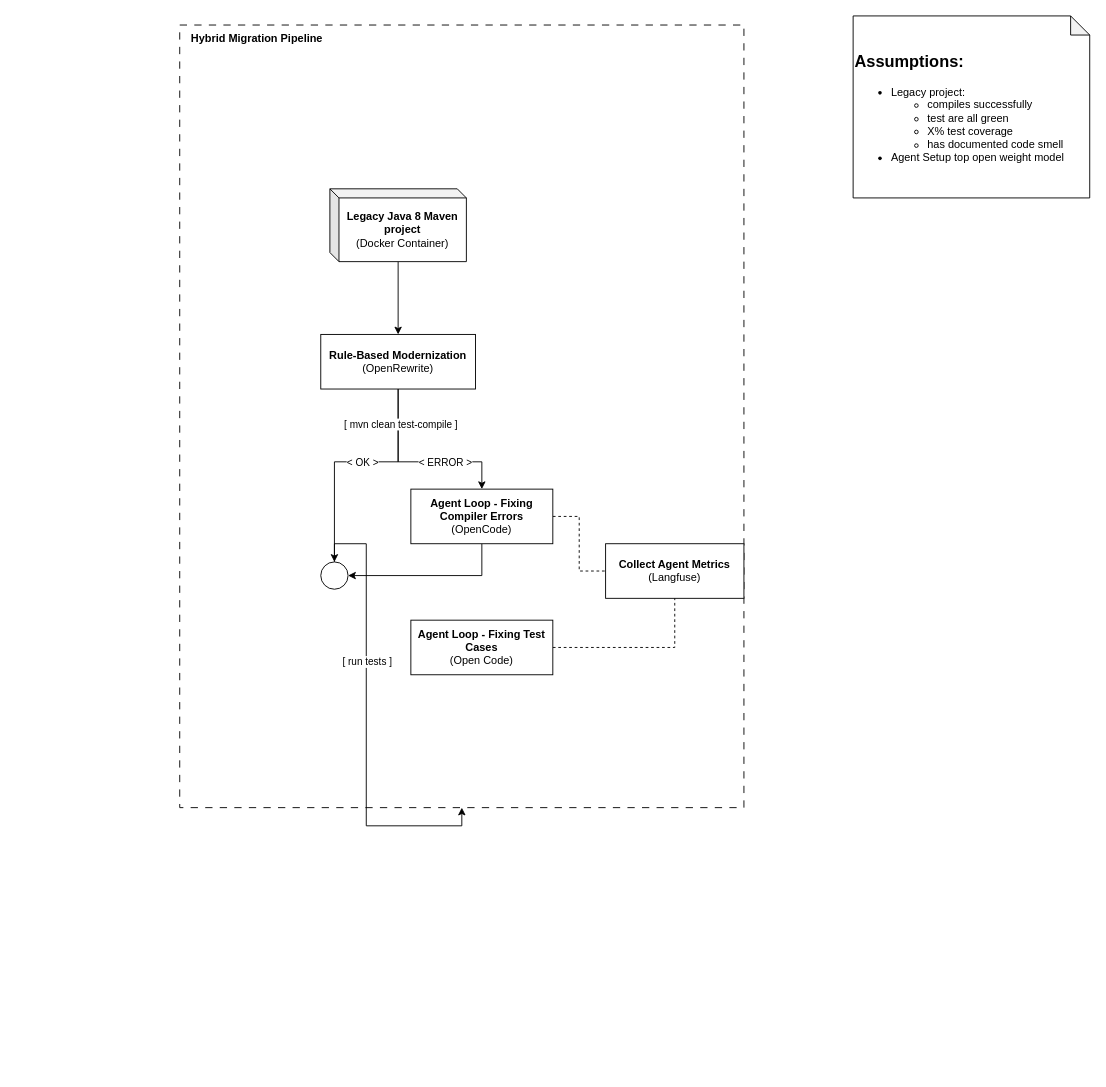
Above: draw-io/migration-workflow.drawio in Adrian-Hansen-dev/master-thesis (draw.io), before the change. Source tidied: cells renumbered, new cells numbered last; positions are measured from the earlier drawing's top-left corner, leaving out a move shared by most shapes. Both pictures are drawn from the tidied source at 91%, with x=0, y=0 at pixel (179, 15).
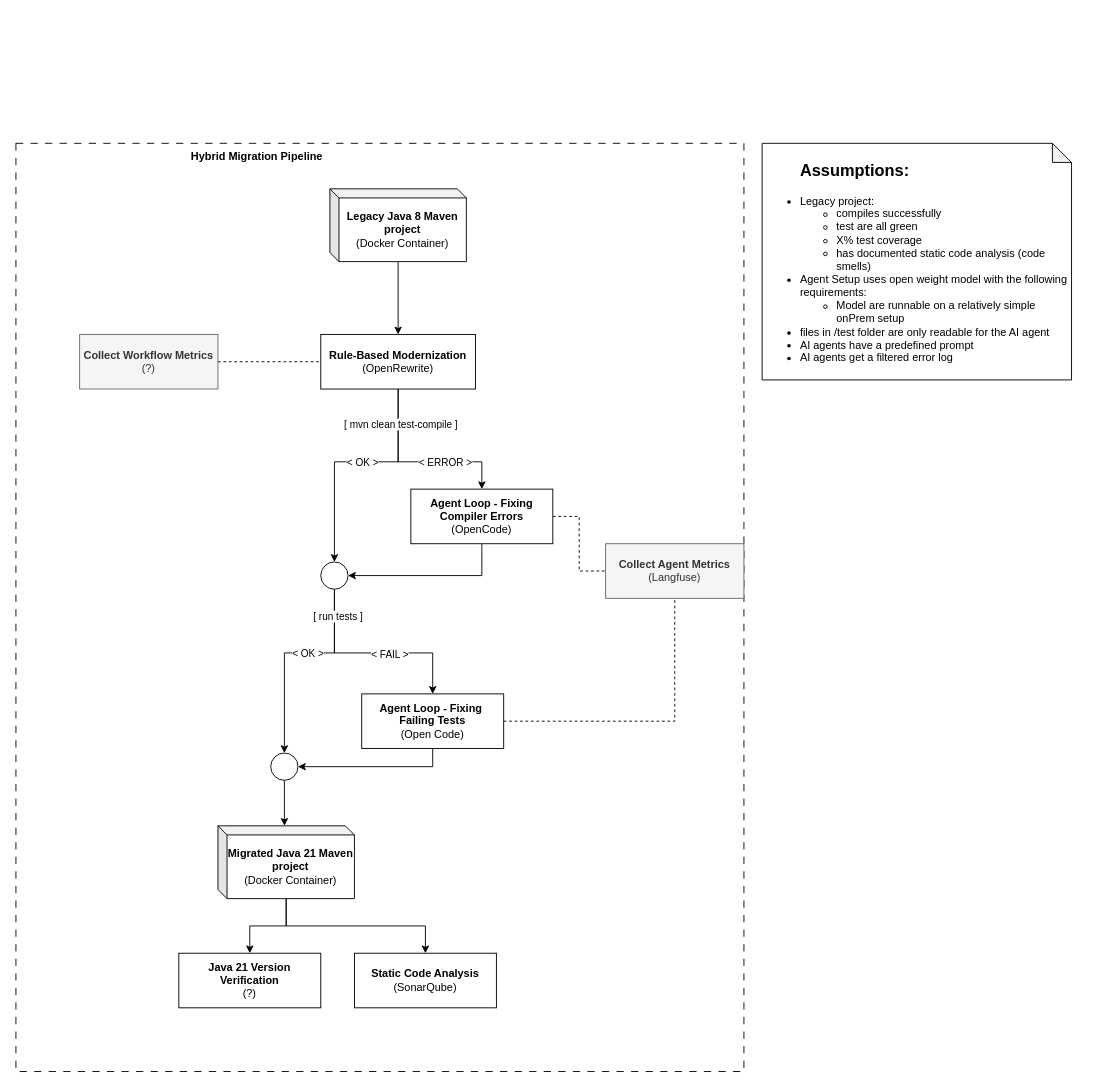
The same page after the edit.

Unchanged cells that the change refers to:
```xml
<mxCell id="9" value="&lt;b&gt;Rule-Based Modernization&lt;/b&gt;&lt;div&gt;(OpenRewrite)&lt;/div&gt;" style="whiteSpace=wrap;html=1;rounded=0;" parent="1" vertex="1">
  <mxGeometry x="155" y="350" width="170" height="60" as="geometry" />
</mxCell>
<mxCell id="19" style="ellipse;whiteSpace=wrap;html=1;" parent="1" vertex="1">
  <mxGeometry x="155" y="600" width="30" height="30" as="geometry" />
</mxCell>
```

Change to the diagram source:
```diff
@@
     <mxCell id="2" style="rounded=0;whiteSpace=wrap;html=1;fillColor=none;dashed=1;dashPattern=8 8;" parent="1" vertex="1">
-      <mxGeometry y="10" width="620" height="860" as="geometry" />
+      <mxGeometry x="-180" y="140" width="800" height="1020" as="geometry" />
     </mxCell>
@@
     <mxCell id="14" value="&lt;b&gt;Hybrid Migration Pipeline&lt;/b&gt;" style="text;html=1;whiteSpace=wrap;strokeColor=none;fillColor=none;align=center;verticalAlign=middle;rounded=0;" parent="1" vertex="1">
-      <mxGeometry y="10" width="170" height="30" as="geometry" />
+      <mxGeometry y="140" width="170" height="30" as="geometry" />
     </mxCell>
-    <mxCell id="15" value="&lt;b&gt;Collect Agent Metrics&lt;/b&gt;&lt;div&gt;(Langfuse)&lt;/div&gt;" style="whiteSpace=wrap;html=1;rounded=0;" parent="1" vertex="1">
+    <mxCell id="15" value="&lt;b&gt;Collect Agent Metrics&lt;/b&gt;&lt;div&gt;(Langfuse)&lt;/div&gt;" style="whiteSpace=wrap;html=1;rounded=0;fillColor=#f5f5f5;fontColor=#333333;strokeColor=#666666;" parent="1" vertex="1">
       <mxGeometry x="468" y="580" width="152" height="60" as="geometry" />
     </mxCell>
-    <mxCell id="16" value="&lt;h2 style=&quot;&quot;&gt;&lt;b&gt;Assumptions:&amp;nbsp;&lt;/b&gt;&lt;/h2&gt;&lt;div&gt;&lt;ul&gt;&lt;li&gt;Legacy project:&lt;/li&gt;&lt;ul&gt;&lt;li&gt;compiles successfully&lt;/li&gt;&lt;li&gt;test are all green&lt;/li&gt;&lt;li&gt;X% test coverage&amp;nbsp;&lt;/li&gt;&lt;li&gt;has documented code smell&lt;/li&gt;&lt;/ul&gt;&lt;li&gt;Agent Setup top open weight model&lt;/li&gt;&lt;/ul&gt;&lt;/div&gt;" style="shape=note;whiteSpace=wrap;html=1;backgroundOutline=1;darkOpacity=0.05;size=21;align=left;" parent="1" vertex="1">
-      <mxGeometry x="740" width="260" height="200" as="geometry" />
+    <mxCell id="16" value="&lt;h2 style=&quot;&quot;&gt;&lt;b&gt;&lt;span style=&quot;white-space: pre;&quot;&gt;&#9;&lt;/span&gt;Assumptions:&amp;nbsp;&lt;/b&gt;&lt;/h2&gt;&lt;div&gt;&lt;ul&gt;&lt;li&gt;Legacy project:&lt;/li&gt;&lt;ul&gt;&lt;li&gt;compiles successfully&lt;/li&gt;&lt;li&gt;test are all green&lt;/li&gt;&lt;li&gt;X% test coverage&amp;nbsp;&lt;/li&gt;&lt;li&gt;has documented static code analysis (code smells)&lt;/li&gt;&lt;/ul&gt;&lt;li&gt;Agent Setup uses open weight model with the following requirements:&lt;/li&gt;&lt;ul&gt;&lt;li&gt;Model are runnable on a relatively simple onPrem setup&lt;/li&gt;&lt;/ul&gt;&lt;li&gt;files in /test folder are only readable for the AI agent&lt;/li&gt;&lt;li&gt;AI agents have a predefined prompt&amp;nbsp;&lt;/li&gt;&lt;li&gt;AI agents get a filtered error log&amp;nbsp;&lt;/li&gt;&lt;/ul&gt;&lt;/div&gt;" style="shape=note;whiteSpace=wrap;html=1;backgroundOutline=1;darkOpacity=0.05;size=21;align=left;" parent="1" vertex="1">
+      <mxGeometry x="640" y="140" width="340" height="260" as="geometry" />
     </mxCell>
-    <mxCell id="17" style="edgeStyle=orthogonalEdgeStyle;rounded=0;jettySize=auto;html=1;" parent="1" edge="1" source="19" target="2">
-      <mxGeometry relative="1" as="geometry" />
+    <mxCell id="17" style="edgeStyle=orthogonalEdgeStyle;rounded=0;jettySize=auto;html=1;exitX=0.5;exitY=1;exitDx=0;exitDy=0;" parent="1" edge="1" source="19" target="27">
+      <mxGeometry relative="1" as="geometry">
+        <Array as="points">
+          <mxPoint x="170" y="700" />
+          <mxPoint x="115" y="700" />
+        </Array>
+      </mxGeometry>
     </mxCell>
+    <mxCell id="22" value="&amp;lt; OK &amp;gt;" style="edgeLabel;html=1;align=center;verticalAlign=middle;" parent="17" vertex="1">
+      <mxGeometry x="0.38" y="1" relative="1" as="geometry">
+        <mxPoint x="24" y="-37" as="offset" />
+      </mxGeometry>
+    </mxCell>
+    <mxCell id="23" style="edgeStyle=orthogonalEdgeStyle;rounded=0;jettySize=auto;html=1;exitX=0.5;exitY=1;exitDx=0;exitDy=0;" parent="1" edge="1" source="19" target="21">
+      <mxGeometry relative="1" as="geometry">
+        <Array as="points">
+          <mxPoint x="170" y="700" />
+          <mxPoint x="278" y="700" />
+        </Array>
+      </mxGeometry>
+    </mxCell>
-    <mxCell id="18" value="[ run tests ]" style="edgeLabel;html=1;align=center;verticalAlign=middle;" parent="17" vertex="1">
-      <mxGeometry x="-0.25" relative="1" as="geometry" />
+    <mxCell id="18" value="[ run tests ]" style="edgeLabel;html=1;align=center;verticalAlign=middle;" parent="23" vertex="1">
+      <mxGeometry x="-0.74" y="3" relative="1" as="geometry" />
     </mxCell>
+    <mxCell id="24" value="&amp;lt; FAIL &amp;gt;" style="edgeLabel;html=1;align=center;verticalAlign=middle;" parent="23" vertex="1">
+      <mxGeometry x="0.39" y="-1" relative="1" as="geometry">
+        <mxPoint x="-25" as="offset" />
+      </mxGeometry>
+    </mxCell>
@@
+    <mxCell id="25" style="edgeStyle=orthogonalEdgeStyle;rounded=0;jettySize=auto;html=1;entryX=1;entryY=0.5;entryDx=0;entryDy=0;exitX=0.5;exitY=1;exitDx=0;exitDy=0;" parent="1" edge="1" source="21" target="27">
+      <mxGeometry relative="1" as="geometry" />
+    </mxCell>
-    <mxCell id="21" value="&lt;b&gt;Agent Loop - Fixing Test Cases&lt;/b&gt;&lt;div&gt;(Open Code)&lt;/div&gt;" style="whiteSpace=wrap;html=1;" parent="1" vertex="1">
-      <mxGeometry x="254" y="664" width="156" height="60" as="geometry" />
+    <mxCell id="21" value="&lt;b&gt;Agent Loop - Fixing&amp;nbsp; Failing Tests&lt;/b&gt;&lt;div&gt;(Open Code)&lt;/div&gt;" style="whiteSpace=wrap;html=1;" parent="1" vertex="1">
+      <mxGeometry x="200" y="745" width="156" height="60" as="geometry" />
     </mxCell>
+    <mxCell id="26" style="edgeStyle=orthogonalEdgeStyle;rounded=0;jettySize=auto;html=1;entryX=0.487;entryY=0;entryDx=0;entryDy=0;entryPerimeter=0;" parent="1" edge="1" source="27" target="32">
+      <mxGeometry relative="1" as="geometry" />
+    </mxCell>
+    <mxCell id="27" style="ellipse;whiteSpace=wrap;html=1;" parent="1" vertex="1">
+      <mxGeometry x="100" y="810" width="30" height="30" as="geometry" />
+    </mxCell>
+    <mxCell id="28" style="edgeStyle=orthogonalEdgeStyle;rounded=0;jettySize=auto;html=1;entryX=0;entryY=0.5;entryDx=0;entryDy=0;endArrow=none;endFill=0;dashed=1;" parent="1" edge="1" source="29" target="9">
+      <mxGeometry relative="1" as="geometry" />
+    </mxCell>
+    <mxCell id="29" value="&lt;b&gt;Collect Workflow Metrics&lt;/b&gt;&lt;div&gt;(?)&lt;/div&gt;" style="whiteSpace=wrap;html=1;rounded=0;fillColor=#f5f5f5;fontColor=#333333;strokeColor=#666666;" parent="1" vertex="1">
+      <mxGeometry x="-110" y="350" width="152" height="60" as="geometry" />
+    </mxCell>
+    <mxCell id="30" style="edgeStyle=orthogonalEdgeStyle;rounded=0;jettySize=auto;html=1;" parent="1" edge="1" source="32" target="33">
+      <mxGeometry relative="1" as="geometry" />
+    </mxCell>
+    <mxCell id="31" style="edgeStyle=orthogonalEdgeStyle;rounded=0;jettySize=auto;html=1;" parent="1" edge="1" source="32" target="34">
+      <mxGeometry relative="1" as="geometry" />
+    </mxCell>
+    <mxCell id="32" value="&lt;b&gt;Migrated Java 21 Maven project&lt;/b&gt;&lt;div&gt;(Docker Container)&lt;/div&gt;" style="shape=cube;whiteSpace=wrap;html=1;boundedLbl=1;backgroundOutline=1;darkOpacity=0.05;darkOpacity2=0.1;size=10;" parent="1" vertex="1">
+      <mxGeometry x="42" y="890" width="150" height="80" as="geometry" />
+    </mxCell>
+    <mxCell id="33" value="&lt;b&gt;Static Code Analysis&lt;/b&gt;&lt;div&gt;(SonarQube)&lt;/div&gt;" style="whiteSpace=wrap;html=1;" parent="1" vertex="1">
+      <mxGeometry x="192" y="1030" width="156" height="60" as="geometry" />
+    </mxCell>
+    <mxCell id="34" value="&lt;div&gt;&lt;b&gt;Java 21 Version Verification&lt;/b&gt;&lt;/div&gt;&lt;div&gt;(?)&lt;/div&gt;" style="whiteSpace=wrap;html=1;" parent="1" vertex="1">
+      <mxGeometry x="-1" y="1030" width="156" height="60" as="geometry" />
+    </mxCell>
```
